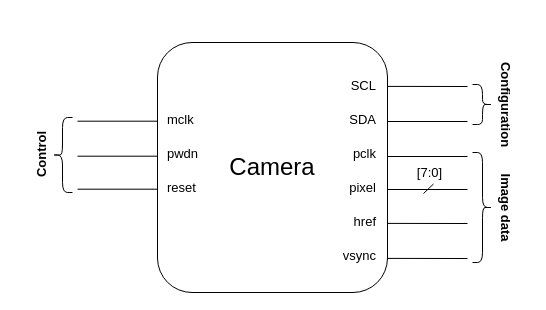
The draw.io diagram page "Camera module" (4 of 4) of Documentation/Illustrations/Implementation_considerations/Implementation_considerations.drawio in AndreasBayMadsen/JPEG-LS-HDL, before the edit. Source tidied: cells renumbered, new cells numbered last; positions are measured from the earlier drawing's top-left corner, leaving out a move shared by most shapes. Both pictures are drawn from the tidied source at 100%, with x=0, y=0 at pixel (7, 42).
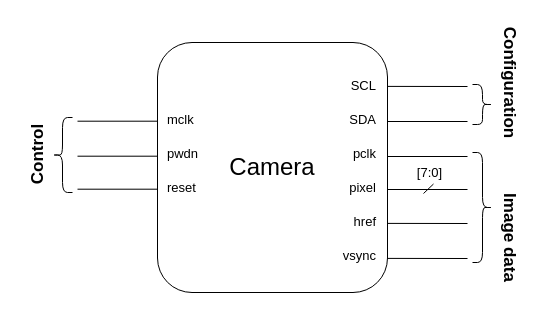
After the change.

The edit, as a diff of the source:
```diff
@@
-    <mxCell id="18" value="&lt;font style=&quot;font-size: 13px&quot;&gt;Image data&lt;/font&gt;" style="text;html=1;align=center;verticalAlign=middle;fontSize=24;rotation=90;fontStyle=1;" parent="1" vertex="1">
-      <mxGeometry x="462" y="145" width="80" height="40" as="geometry" />
+    <mxCell id="18" value="&lt;font style=&quot;font-size: 17px;&quot;&gt;Image data&lt;/font&gt;" style="text;html=1;align=center;verticalAlign=middle;fontSize=17;rotation=90;fontStyle=1;" parent="1" vertex="1">
+      <mxGeometry x="447" y="180" width="110" height="30" as="geometry" />
     </mxCell>
@@
-    <mxCell id="20" value="&lt;font style=&quot;font-size: 13px&quot;&gt;Configuration&lt;/font&gt;" style="text;html=1;align=center;verticalAlign=middle;fontSize=24;rotation=90;fontStyle=1;" parent="1" vertex="1">
-      <mxGeometry x="452" y="42" width="100" height="40" as="geometry" />
+    <mxCell id="20" value="&lt;font style=&quot;font-size: 17px;&quot;&gt;Configuration&lt;/font&gt;" style="text;html=1;align=center;verticalAlign=middle;fontSize=17;rotation=90;fontStyle=1;" parent="1" vertex="1">
+      <mxGeometry x="437" y="25" width="130" height="30" as="geometry" />
     </mxCell>
@@
-    <mxCell id="28" value="&lt;font style=&quot;font-size: 13px&quot;&gt;Control&lt;/font&gt;" style="text;html=1;align=center;verticalAlign=middle;fontSize=24;rotation=-90;fontStyle=1;" parent="1" vertex="1">
-      <mxGeometry y="92.5" width="60" height="40" as="geometry" />
+    <mxCell id="28" value="&lt;font style=&quot;font-size: 17px;&quot;&gt;Control&lt;/font&gt;" style="text;html=1;align=center;verticalAlign=middle;fontSize=17;rotation=-90;fontStyle=1;" parent="1" vertex="1">
+      <mxGeometry x="-10" y="97.5" width="80" height="30" as="geometry" />
     </mxCell>
```
